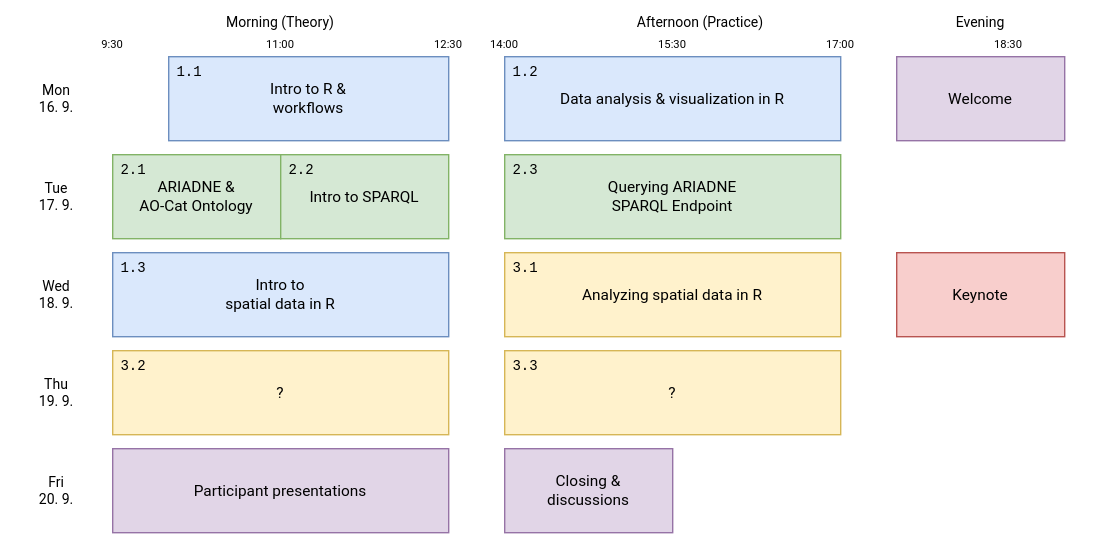
This is figs/atrium_programme.svg from petrpajdla/atRium, a draw.io export, as it was before one commit. Source tidied: cells renumbered, new cells last; positions are measured from the earlier drawing's top-left corner, leaving out a move shared by most shapes.
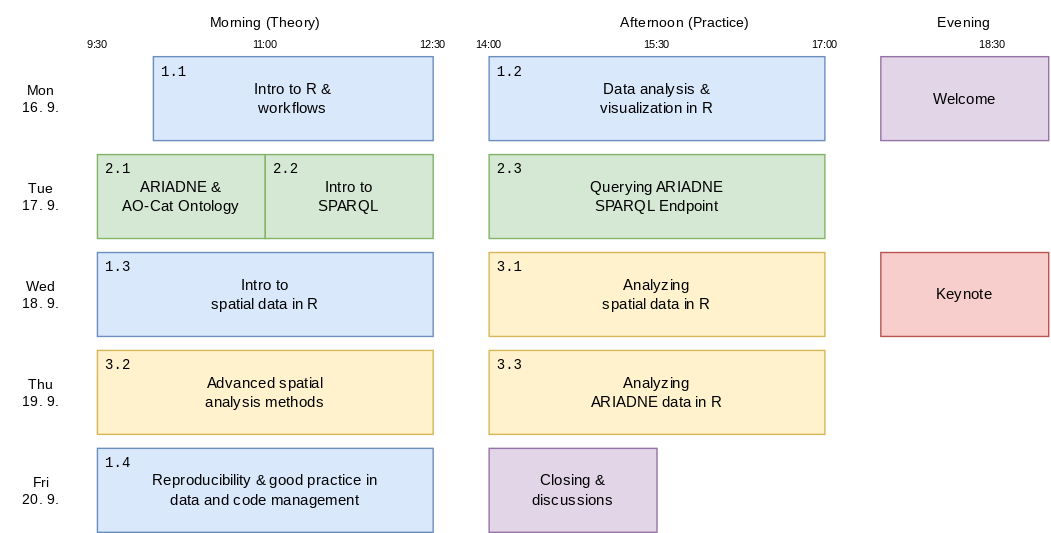
After the change.

The edit, as a diff of the source:
```diff
@@ -32,16 +32,16 @@
     <mxCell id="11" value="&lt;div style=&quot;font-size: 11px;&quot;&gt;&lt;font style=&quot;font-size: 11px;&quot;&gt;Welcome&lt;br style=&quot;font-size: 11px;&quot;&gt;&lt;/font&gt;&lt;/div&gt;" style="rounded=0;whiteSpace=wrap;html=1;fillColor=#e1d5e7;strokeColor=#9673a6;fontFamily=Roboto;fontSource=https%3A%2F%2Ffonts.googleapis.com%2Fcss%3Ffamily%3DRoboto;fontSize=11;" parent="1" vertex="1">
       <mxGeometry x="630" y="40" width="120" height="60" as="geometry" />
     </mxCell>
-    <mxCell id="12" value="?" style="rounded=0;whiteSpace=wrap;html=1;fontFamily=Roboto;fontSource=https%3A%2F%2Ffonts.googleapis.com%2Fcss%3Ffamily%3DRoboto;fontSize=11;fillColor=#fff2cc;strokeColor=#d6b656;" parent="1" vertex="1">
+    <mxCell id="12" value="Advanced spatial&lt;br&gt;analysis methods" style="rounded=0;whiteSpace=wrap;html=1;fontFamily=Roboto;fontSource=https%3A%2F%2Ffonts.googleapis.com%2Fcss%3Ffamily%3DRoboto;fontSize=11;fillColor=#fff2cc;strokeColor=#d6b656;" parent="1" vertex="1">
       <mxGeometry x="70" y="250" width="240" height="60" as="geometry" />
     </mxCell>
-    <mxCell id="13" value="Analyzing spatial data in R" style="rounded=0;whiteSpace=wrap;html=1;fontFamily=Roboto;fontSource=https%3A%2F%2Ffonts.googleapis.com%2Fcss%3Ffamily%3DRoboto;fontSize=11;fillColor=#fff2cc;strokeColor=#d6b656;" parent="1" vertex="1">
+    <mxCell id="13" value="Analyzing&lt;br&gt;spatial data in R" style="rounded=0;whiteSpace=wrap;html=1;fontFamily=Roboto;fontSource=https%3A%2F%2Ffonts.googleapis.com%2Fcss%3Ffamily%3DRoboto;fontSize=11;fillColor=#fff2cc;strokeColor=#d6b656;" parent="1" vertex="1">
       <mxGeometry x="350" y="180" width="240" height="60" as="geometry" />
     </mxCell>
-    <mxCell id="14" value="?" style="rounded=0;whiteSpace=wrap;html=1;fontFamily=Roboto;fontSource=https%3A%2F%2Ffonts.googleapis.com%2Fcss%3Ffamily%3DRoboto;fontSize=11;fillColor=#fff2cc;strokeColor=#d6b656;" parent="1" vertex="1">
+    <mxCell id="14" value="Analyzing&lt;br&gt;ARIADNE data in R" style="rounded=0;whiteSpace=wrap;html=1;fontFamily=Roboto;fontSource=https%3A%2F%2Ffonts.googleapis.com%2Fcss%3Ffamily%3DRoboto;fontSize=11;fillColor=#fff2cc;strokeColor=#d6b656;" parent="1" vertex="1">
       <mxGeometry x="350" y="250" width="240" height="60" as="geometry" />
     </mxCell>
-    <mxCell id="15" value="Closing &amp;amp; &lt;br&gt;discussions" style="rounded=0;whiteSpace=wrap;html=1;fontFamily=Roboto;fontSource=https%3A%2F%2Ffonts.googleapis.com%2Fcss%3Ffamily%3DRoboto;fontSize=11;fillColor=#e1d5e7;strokeColor=#9673a6;" parent="1" vertex="1">
+    <mxCell id="15" value="Closing &amp;amp;&lt;br&gt;discussions" style="rounded=0;whiteSpace=wrap;html=1;fontFamily=Roboto;fontSource=https%3A%2F%2Ffonts.googleapis.com%2Fcss%3Ffamily%3DRoboto;fontSize=11;fillColor=#e1d5e7;strokeColor=#9673a6;" parent="1" vertex="1">
       <mxGeometry x="350" y="320" width="120" height="60" as="geometry" />
     </mxCell>
     <mxCell id="16" value="&lt;font style=&quot;font-size: 8px;&quot;&gt;9:30&lt;/font&gt;" style="text;html=1;strokeColor=none;fillColor=none;align=center;verticalAlign=middle;whiteSpace=wrap;rounded=0;fontFamily=Roboto;fontSource=https%3A%2F%2Ffonts.googleapis.com%2Fcss%3Ffamily%3DRoboto;" parent="1" vertex="1">
@@ -71,19 +71,19 @@
     <mxCell id="24" value="Querying ARIADNE&lt;br&gt;SPARQL Endpoint" style="rounded=0;whiteSpace=wrap;html=1;fontFamily=Roboto;fontSource=https%3A%2F%2Ffonts.googleapis.com%2Fcss%3Ffamily%3DRoboto;fontSize=11;fillColor=#d5e8d4;strokeColor=#82b366;" parent="1" vertex="1">
       <mxGeometry x="350" y="110" width="240" height="60" as="geometry" />
     </mxCell>
-    <mxCell id="25" value="Intro to SPARQL" style="rounded=0;whiteSpace=wrap;html=1;fillColor=#d5e8d4;strokeColor=#82b366;fontFamily=Roboto;fontSource=https%3A%2F%2Ffonts.googleapis.com%2Fcss%3Ffamily%3DRoboto;fontSize=11;" parent="1" vertex="1">
+    <mxCell id="25" value="Intro to&lt;br&gt;SPARQL" style="rounded=0;whiteSpace=wrap;html=1;fillColor=#d5e8d4;strokeColor=#82b366;fontFamily=Roboto;fontSource=https%3A%2F%2Ffonts.googleapis.com%2Fcss%3Ffamily%3DRoboto;fontSize=11;" parent="1" vertex="1">
       <mxGeometry x="190" y="110" width="120" height="60" as="geometry" />
     </mxCell>
     <mxCell id="26" value="&lt;font style=&quot;font-size: 8px;&quot;&gt;18:30&lt;/font&gt;" style="text;html=1;strokeColor=none;fillColor=none;align=center;verticalAlign=middle;whiteSpace=wrap;rounded=0;fontFamily=Roboto;fontSource=https%3A%2F%2Ffonts.googleapis.com%2Fcss%3Ffamily%3DRoboto;" parent="1" vertex="1">
       <mxGeometry x="690" y="20" width="40" height="20" as="geometry" />
     </mxCell>
-    <mxCell id="27" value="Data analysis &amp;amp; visualization in R" style="rounded=0;whiteSpace=wrap;html=1;fillColor=#dae8fc;strokeColor=#6c8ebf;fontFamily=Roboto;fontSource=https%3A%2F%2Ffonts.googleapis.com%2Fcss%3Ffamily%3DRoboto;fontSize=11;" parent="1" vertex="1">
+    <mxCell id="27" value="Data analysis &amp;amp;&lt;br&gt;visualization in R" style="rounded=0;whiteSpace=wrap;html=1;fillColor=#dae8fc;strokeColor=#6c8ebf;fontFamily=Roboto;fontSource=https%3A%2F%2Ffonts.googleapis.com%2Fcss%3Ffamily%3DRoboto;fontSize=11;" parent="1" vertex="1">
       <mxGeometry x="350" y="40" width="240" height="60" as="geometry" />
     </mxCell>
     <mxCell id="28" value="Intro to &lt;br&gt;spatial data in R" style="rounded=0;whiteSpace=wrap;html=1;fillColor=#dae8fc;strokeColor=#6c8ebf;fontFamily=Roboto;fontSource=https%3A%2F%2Ffonts.googleapis.com%2Fcss%3Ffamily%3DRoboto;fontSize=11;" parent="1" vertex="1">
       <mxGeometry x="70" y="180" width="240" height="60" as="geometry" />
     </mxCell>
-    <mxCell id="29" value="Participant presentations " style="rounded=0;whiteSpace=wrap;html=1;fontFamily=Roboto;fontSource=https%3A%2F%2Ffonts.googleapis.com%2Fcss%3Ffamily%3DRoboto;fontSize=11;fillColor=#e1d5e7;strokeColor=#9673a6;" parent="1" vertex="1">
+    <mxCell id="29" value="Reproducibility &amp;amp; good practice in&lt;br&gt;data and code management" style="rounded=0;whiteSpace=wrap;html=1;fontFamily=Roboto;fontSource=https%3A%2F%2Ffonts.googleapis.com%2Fcss%3Ffamily%3DRoboto;fontSize=11;fillColor=#dae8fc;strokeColor=#6c8ebf;" parent="1" vertex="1">
       <mxGeometry x="70" y="320" width="240" height="60" as="geometry" />
     </mxCell>
     <mxCell id="30" value="&lt;font style=&quot;font-size: 10px;&quot; face=&quot;Courier New&quot;&gt;1.1&lt;/font&gt;" style="text;html=1;align=center;verticalAlign=middle;whiteSpace=wrap;rounded=0;" parent="1" vertex="1">
@@ -113,5 +113,8 @@
     <mxCell id="38" value="&lt;font style=&quot;font-size: 10px;&quot; face=&quot;Courier New&quot;&gt;3.3&lt;/font&gt;" style="text;html=1;align=center;verticalAlign=middle;whiteSpace=wrap;rounded=0;" parent="1" vertex="1">
       <mxGeometry x="350" y="250" width="30" height="20" as="geometry" />
     </mxCell>
+    <mxCell id="39" value="&lt;font style=&quot;font-size: 10px;&quot; face=&quot;Courier New&quot;&gt;1.4&lt;/font&gt;" style="text;html=1;align=center;verticalAlign=middle;whiteSpace=wrap;rounded=0;" parent="1" vertex="1">
+      <mxGeometry x="70" y="320" width="30" height="20" as="geometry" />
+    </mxCell>
   </root>
 </mxGraphModel>
```
